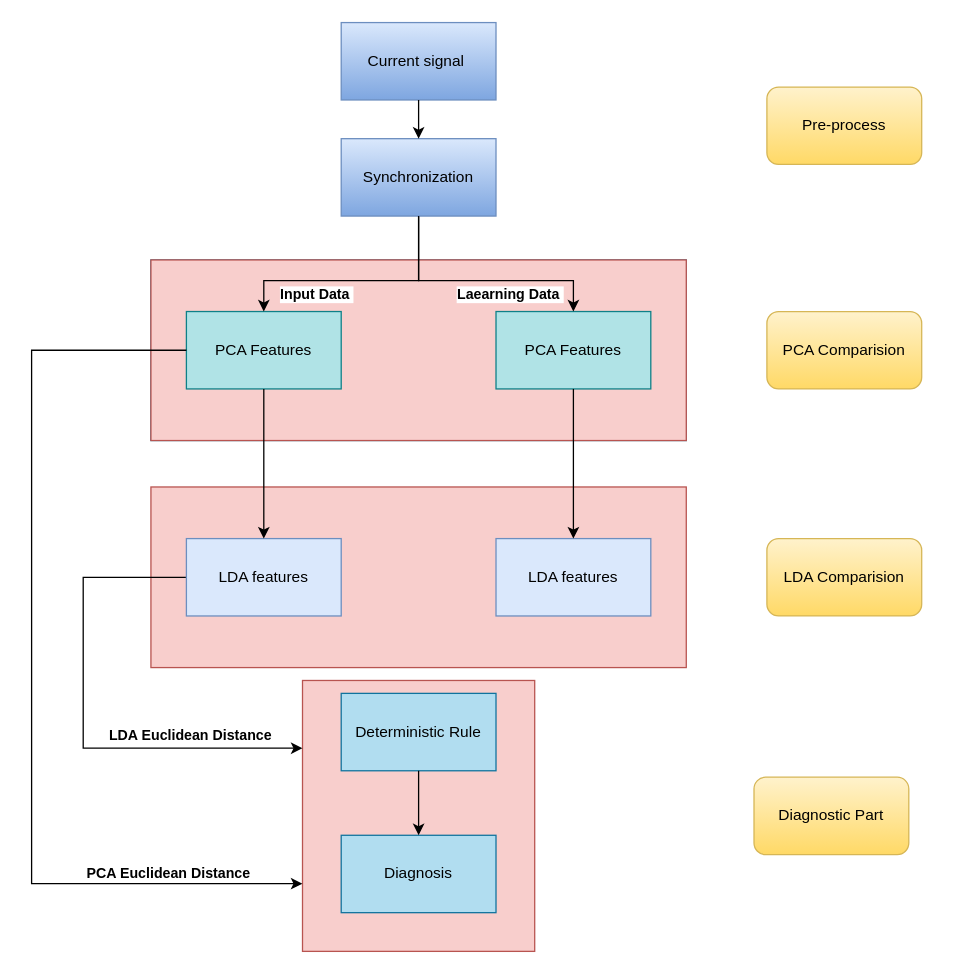
Earlier version of the draw.io diagram pcalda.drawio (bapukokare/assignment). Source tidied: cells renumbered, new cells numbered last; positions are measured from the earlier drawing's top-left corner, leaving out a move shared by most shapes. Both pictures are drawn from the tidied source at 129%, with x=0, y=0 at pixel (31, 22).
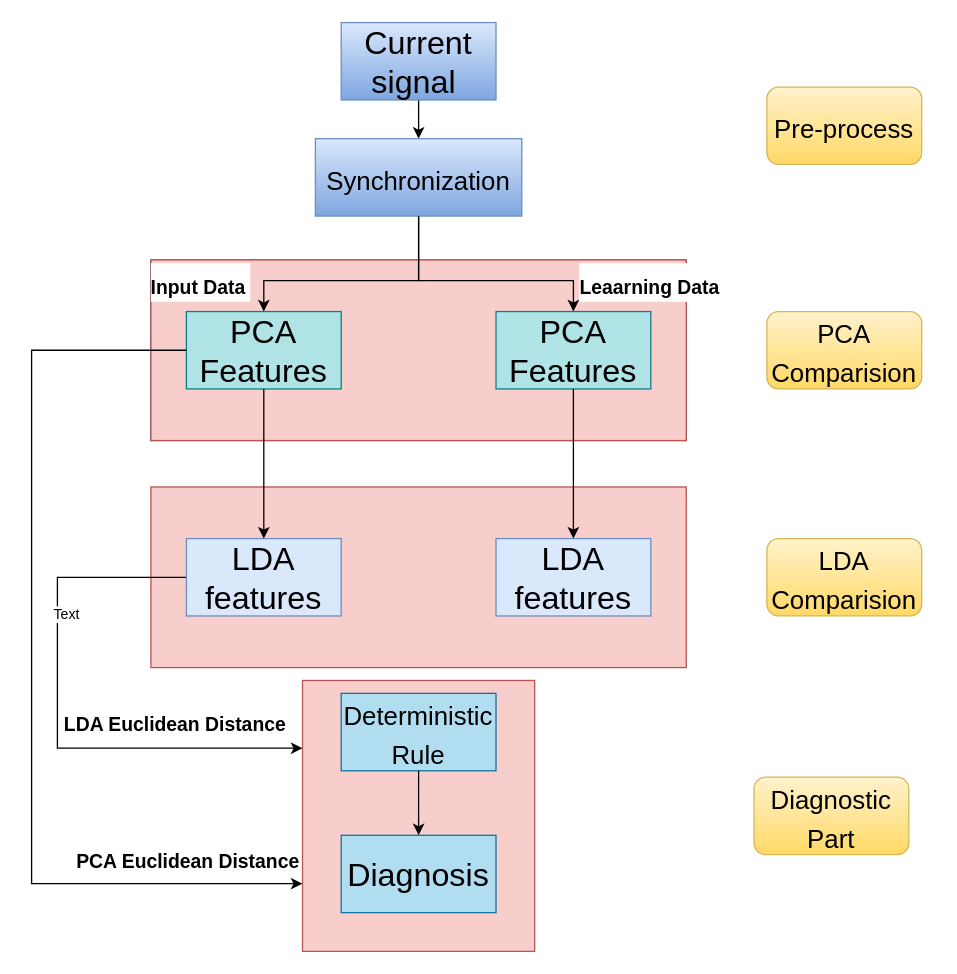
After the change.

The edit, as a diff of the source:
```diff
@@
-    <mxCell id="2" style="group;" parent="1" vertex="1">
+    <mxCell id="2" style="group;fontSize=25;" parent="1" vertex="1">
       <mxGeometry width="700" height="720" as="geometry" />
     </mxCell>
-    <mxCell id="3" style="group;fillColor=#b1ddf0;strokeColor=#10739e;" parent="2" vertex="1">
+    <mxCell id="3" style="group;fillColor=#b1ddf0;strokeColor=#10739e;fontSize=25;" parent="2" vertex="1">
       <mxGeometry x="92.5" y="184" width="415" height="140" as="geometry" />
     </mxCell>
-    <mxCell id="4" style="rounded=0;whiteSpace=wrap;html=1;fillColor=#f8cecc;strokeColor=#b85450;" parent="3" vertex="1">
+    <mxCell id="4" style="rounded=0;whiteSpace=wrap;html=1;fillColor=#f8cecc;strokeColor=#b85450;fontSize=25;" parent="3" vertex="1">
       <mxGeometry width="415" height="140" as="geometry" />
     </mxCell>
-    <mxCell id="5" value="PCA Features" style="rounded=0;whiteSpace=wrap;html=1;fillColor=#b0e3e6;strokeColor=#0e8088;" parent="3" vertex="1">
+    <mxCell id="5" value="PCA Features" style="rounded=0;whiteSpace=wrap;html=1;fillColor=#b0e3e6;strokeColor=#0e8088;fontSize=25;" parent="3" vertex="1">
       <mxGeometry x="27.5" y="40" width="120" height="60" as="geometry" />
     </mxCell>
-    <mxCell id="6" value="PCA Features" style="rounded=0;whiteSpace=wrap;html=1;fillColor=#b0e3e6;strokeColor=#0e8088;" parent="3" vertex="1">
+    <mxCell id="6" value="PCA Features" style="rounded=0;whiteSpace=wrap;html=1;fillColor=#b0e3e6;strokeColor=#0e8088;fontSize=25;" parent="3" vertex="1">
       <mxGeometry x="267.5" y="40" width="120" height="60" as="geometry" />
     </mxCell>
-    <mxCell id="7" style="rounded=0;whiteSpace=wrap;html=1;fillColor=#f8cecc;strokeColor=#b85450;" parent="2" vertex="1">
+    <mxCell id="7" style="rounded=0;whiteSpace=wrap;html=1;fillColor=#f8cecc;strokeColor=#b85450;fontSize=25;" parent="2" vertex="1">
       <mxGeometry x="210" y="510" width="180" height="210" as="geometry" />
     </mxCell>
+    <mxCell id="24" style="edgeStyle=orthogonalEdgeStyle;rounded=0;jettySize=auto;html=1;" parent="2" edge="1" source="8" target="11">
+      <mxGeometry relative="1" as="geometry" />
+    </mxCell>
-    <mxCell id="8" value="Current signal&amp;nbsp;" style="rounded=0;whiteSpace=wrap;html=1;fillColor=#dae8fc;gradientColor=#7ea6e0;strokeColor=#6c8ebf;" parent="2" vertex="1">
+    <mxCell id="8" value="&lt;font style=&quot;font-size: 25px;&quot;&gt;Current signal&amp;nbsp;&lt;/font&gt;" style="rounded=0;whiteSpace=wrap;html=1;fillColor=#dae8fc;gradientColor=#7ea6e0;strokeColor=#6c8ebf;fontSize=25;" parent="2" vertex="1">
       <mxGeometry x="240" width="120" height="60" as="geometry" />
     </mxCell>
-    <mxCell id="9" style="edgeStyle=orthogonalEdgeStyle;rounded=0;jettySize=auto;html=1;entryX=0.5;entryY=0;entryDx=0;entryDy=0;" parent="2" edge="1" source="11" target="5">
+    <mxCell id="9" style="edgeStyle=orthogonalEdgeStyle;rounded=0;jettySize=auto;html=1;entryX=0.5;entryY=0;entryDx=0;entryDy=0;fontSize=25;" parent="2" edge="1" source="11" target="5">
       <mxGeometry relative="1" as="geometry">
         <Array as="points">
           <mxPoint x="300" y="200" />
           <mxPoint x="180" y="200" />
         </Array>
       </mxGeometry>
     </mxCell>
-    <mxCell id="10" value="Input Data&amp;nbsp;" style="edgeLabel;html=1;align=center;verticalAlign=middle;fontStyle=1;" parent="9" vertex="1">
+    <mxCell id="10" value="&lt;font style=&quot;font-size: 15px;&quot;&gt;Input Data&amp;nbsp;&lt;/font&gt;" style="edgeLabel;html=1;align=center;verticalAlign=middle;fontStyle=1;fontSize=25;" parent="9" vertex="1">
       <mxGeometry x="0.18" y="1" relative="1" as="geometry">
-        <mxPoint x="-16" y="9" as="offset" />
+        <mxPoint x="-106" y="-1" as="offset" />
       </mxGeometry>
     </mxCell>
-    <mxCell id="11" value="Synchronization" style="rounded=0;whiteSpace=wrap;html=1;fillColor=#dae8fc;gradientColor=#7ea6e0;strokeColor=#6c8ebf;" parent="2" vertex="1">
-      <mxGeometry x="240" y="90" width="120" height="60" as="geometry" />
+    <mxCell id="11" value="&lt;font style=&quot;font-size: 20px;&quot;&gt;Synchronization&lt;/font&gt;" style="rounded=0;whiteSpace=wrap;html=1;fillColor=#dae8fc;gradientColor=#7ea6e0;strokeColor=#6c8ebf;fontSize=25;" parent="2" vertex="1">
+      <mxGeometry x="220" y="90" width="160" height="60" as="geometry" />
     </mxCell>
-    <mxCell id="12" value="Pre-process" style="rounded=1;whiteSpace=wrap;html=1;fillColor=#fff2cc;gradientColor=#ffd966;strokeColor=#d6b656;" parent="2" vertex="1">
+    <mxCell id="12" value="&lt;font style=&quot;font-size: 20px;&quot;&gt;Pre-process&lt;/font&gt;" style="rounded=1;whiteSpace=wrap;html=1;fillColor=#fff2cc;gradientColor=#ffd966;strokeColor=#d6b656;fontSize=25;" parent="2" vertex="1">
       <mxGeometry x="570" y="50" width="120" height="60" as="geometry" />
     </mxCell>
-    <mxCell id="13" style="rounded=0;whiteSpace=wrap;html=1;fillColor=#f8cecc;strokeColor=#b85450;" parent="2" vertex="1">
+    <mxCell id="13" style="rounded=0;whiteSpace=wrap;html=1;fillColor=#f8cecc;strokeColor=#b85450;fontSize=25;" parent="2" vertex="1">
       <mxGeometry x="92.5" y="360" width="415" height="140" as="geometry" />
     </mxCell>
-    <mxCell id="14" style="edgeStyle=orthogonalEdgeStyle;rounded=0;jettySize=auto;html=1;entryX=0;entryY=0.25;entryDx=0;entryDy=0;" parent="2" edge="1" source="16" target="7">
+    <mxCell id="14" style="edgeStyle=orthogonalEdgeStyle;rounded=0;jettySize=auto;html=1;entryX=0;entryY=0.25;entryDx=0;entryDy=0;fontSize=25;" parent="2" edge="1" source="16" target="7">
       <mxGeometry relative="1" as="geometry">
         <Array as="points">
-          <mxPoint x="40" y="430" />
-          <mxPoint x="40" y="563" />
+          <mxPoint x="20" y="430" />
+          <mxPoint x="20" y="563" />
         </Array>
       </mxGeometry>
     </mxCell>
-    <mxCell id="15" value="&lt;b&gt;LDA Euclidean Distance&lt;/b&gt;" style="edgeLabel;html=1;align=center;verticalAlign=middle;" parent="14" vertex="1">
+    <mxCell id="15" value="&lt;b style=&quot;&quot;&gt;&lt;font style=&quot;font-size: 15px;&quot;&gt;LDA Euclidean Distance&lt;/font&gt;&lt;/b&gt;" style="edgeLabel;html=1;align=center;verticalAlign=middle;fontSize=25;" parent="14" vertex="1">
       <mxGeometry x="0.54" y="-2" relative="1" as="geometry">
-        <mxPoint y="-12" as="offset" />
+        <mxPoint x="-2" y="-25" as="offset" />
       </mxGeometry>
     </mxCell>
+    <mxCell id="31" value="Text" style="edgeLabel;html=1;align=center;verticalAlign=middle;" parent="14" vertex="1">
+      <mxGeometry x="-0.39" y="6" relative="1" as="geometry">
+        <mxPoint y="-1" as="offset" />
+      </mxGeometry>
+    </mxCell>
-    <mxCell id="16" value="LDA features" style="rounded=0;whiteSpace=wrap;html=1;fillColor=#dae8fc;strokeColor=#6c8ebf;" parent="2" vertex="1">
+    <mxCell id="16" value="LDA features" style="rounded=0;whiteSpace=wrap;html=1;fillColor=#dae8fc;strokeColor=#6c8ebf;fontSize=25;" parent="2" vertex="1">
       <mxGeometry x="120" y="400" width="120" height="60" as="geometry" />
     </mxCell>
-    <mxCell id="17" value="LDA features" style="rounded=0;whiteSpace=wrap;html=1;fillColor=#dae8fc;strokeColor=#6c8ebf;" parent="2" vertex="1">
+    <mxCell id="17" value="LDA features" style="rounded=0;whiteSpace=wrap;html=1;fillColor=#dae8fc;strokeColor=#6c8ebf;fontSize=25;" parent="2" vertex="1">
       <mxGeometry x="360" y="400" width="120" height="60" as="geometry" />
     </mxCell>
-    <mxCell id="18" value="Deterministic Rule" style="rounded=0;whiteSpace=wrap;html=1;fillColor=#b1ddf0;strokeColor=#10739e;" parent="2" vertex="1">
+    <mxCell id="18" value="&lt;font style=&quot;font-size: 20px;&quot;&gt;Deterministic Rule&lt;/font&gt;" style="rounded=0;whiteSpace=wrap;html=1;fillColor=#b1ddf0;strokeColor=#10739e;fontSize=25;" parent="2" vertex="1">
       <mxGeometry x="240" y="520" width="120" height="60" as="geometry" />
     </mxCell>
-    <mxCell id="19" value="Diagnosis" style="rounded=0;whiteSpace=wrap;html=1;fillColor=#b1ddf0;strokeColor=#10739e;" parent="2" vertex="1">
+    <mxCell id="19" value="Diagnosis" style="rounded=0;whiteSpace=wrap;html=1;fillColor=#b1ddf0;strokeColor=#10739e;fontSize=25;" parent="2" vertex="1">
       <mxGeometry x="240" y="630" width="120" height="60" as="geometry" />
     </mxCell>
-    <mxCell id="20" value="PCA Comparision" style="rounded=1;whiteSpace=wrap;html=1;fillColor=#fff2cc;gradientColor=#ffd966;strokeColor=#d6b656;" parent="2" vertex="1">
+    <mxCell id="20" value="&lt;font style=&quot;font-size: 20px;&quot;&gt;PCA Comparision&lt;/font&gt;" style="rounded=1;whiteSpace=wrap;html=1;fillColor=#fff2cc;gradientColor=#ffd966;strokeColor=#d6b656;fontSize=25;" parent="2" vertex="1">
       <mxGeometry x="570" y="224" width="120" height="60" as="geometry" />
     </mxCell>
-    <mxCell id="21" value="LDA Comparision" style="rounded=1;whiteSpace=wrap;html=1;fillColor=#fff2cc;gradientColor=#ffd966;strokeColor=#d6b656;" parent="2" vertex="1">
+    <mxCell id="21" value="&lt;font style=&quot;font-size: 20px;&quot;&gt;LDA Comparision&lt;/font&gt;" style="rounded=1;whiteSpace=wrap;html=1;fillColor=#fff2cc;gradientColor=#ffd966;strokeColor=#d6b656;fontSize=25;" parent="2" vertex="1">
       <mxGeometry x="570" y="400" width="120" height="60" as="geometry" />
     </mxCell>
-    <mxCell id="22" style="edgeStyle=orthogonalEdgeStyle;rounded=0;jettySize=auto;html=1;" parent="2" edge="1" source="5" target="16">
+    <mxCell id="22" style="edgeStyle=orthogonalEdgeStyle;rounded=0;jettySize=auto;html=1;fontSize=25;" parent="2" edge="1" source="5" target="16">
       <mxGeometry relative="1" as="geometry" />
     </mxCell>
-    <mxCell id="23" style="edgeStyle=orthogonalEdgeStyle;rounded=0;jettySize=auto;html=1;" parent="2" edge="1" source="6" target="17">
+    <mxCell id="23" style="edgeStyle=orthogonalEdgeStyle;rounded=0;jettySize=auto;html=1;fontSize=25;" parent="2" edge="1" source="6" target="17">
       <mxGeometry relative="1" as="geometry" />
     </mxCell>
-    <mxCell id="24" style="edgeStyle=orthogonalEdgeStyle;rounded=0;jettySize=auto;html=1;" parent="2" edge="1" source="8" target="11">
-      <mxGeometry relative="1" as="geometry" />
-    </mxCell>
-    <mxCell id="25" style="edgeStyle=orthogonalEdgeStyle;rounded=0;jettySize=auto;html=1;entryX=0;entryY=0.75;entryDx=0;entryDy=0;" parent="2" edge="1" source="5" target="7">
+    <mxCell id="25" style="edgeStyle=orthogonalEdgeStyle;rounded=0;jettySize=auto;html=1;entryX=0;entryY=0.75;entryDx=0;entryDy=0;fontSize=25;" parent="2" edge="1" source="5" target="7">
       <mxGeometry relative="1" as="geometry">
         <Array as="points">
           <mxPoint y="254" />
           <mxPoint y="668" />
         </Array>
       </mxGeometry>
     </mxCell>
-    <mxCell id="26" value="&lt;b&gt;PCA Euclidean Distance&lt;/b&gt;" style="edgeLabel;html=1;align=center;verticalAlign=middle;" parent="25" vertex="1">
+    <mxCell id="26" value="&lt;b style=&quot;&quot;&gt;&lt;font style=&quot;font-size: 15px;&quot;&gt;PCA Euclidean Distance&lt;/font&gt;&lt;/b&gt;" style="edgeLabel;html=1;align=center;verticalAlign=middle;fontSize=25;" parent="25" vertex="1">
       <mxGeometry x="0.72" y="-1" relative="1" as="geometry">
-        <mxPoint y="-9" as="offset" />
+        <mxPoint x="15" y="-23" as="offset" />
       </mxGeometry>
     </mxCell>
-    <mxCell id="27" value="Diagnostic Part" style="rounded=1;whiteSpace=wrap;html=1;fillColor=#fff2cc;gradientColor=#ffd966;strokeColor=#d6b656;" parent="2" vertex="1">
+    <mxCell id="27" value="&lt;font style=&quot;font-size: 20px;&quot;&gt;Diagnostic Part&lt;/font&gt;" style="rounded=1;whiteSpace=wrap;html=1;fillColor=#fff2cc;gradientColor=#ffd966;strokeColor=#d6b656;fontSize=25;" parent="2" vertex="1">
       <mxGeometry x="560" y="585" width="120" height="60" as="geometry" />
     </mxCell>
-    <mxCell id="28" style="edgeStyle=orthogonalEdgeStyle;rounded=0;jettySize=auto;html=1;" parent="2" edge="1" source="18" target="19">
+    <mxCell id="28" style="edgeStyle=orthogonalEdgeStyle;rounded=0;jettySize=auto;html=1;fontSize=25;" parent="2" edge="1" source="18" target="19">
       <mxGeometry relative="1" as="geometry" />
     </mxCell>
-    <mxCell id="29" style="edgeStyle=orthogonalEdgeStyle;rounded=0;jettySize=auto;html=1;entryX=0.5;entryY=0;entryDx=0;entryDy=0;" parent="2" edge="1" source="11" target="6">
+    <mxCell id="29" style="edgeStyle=orthogonalEdgeStyle;rounded=0;jettySize=auto;html=1;entryX=0.5;entryY=0;entryDx=0;entryDy=0;fontSize=25;" parent="2" edge="1" source="11" target="6">
       <mxGeometry relative="1" as="geometry">
         <Array as="points">
           <mxPoint x="300" y="200" />
           <mxPoint x="420" y="200" />
         </Array>
       </mxGeometry>
     </mxCell>
-    <mxCell id="30" value="Laearning Data&amp;nbsp;" style="edgeLabel;html=1;align=center;verticalAlign=middle;fontStyle=1;" parent="29" vertex="1">
+    <mxCell id="30" value="&lt;font style=&quot;font-size: 15px;&quot;&gt;Leaarning Data&amp;nbsp;&lt;/font&gt;" style="edgeLabel;html=1;align=center;verticalAlign=middle;fontStyle=1;fontSize=25;" parent="29" vertex="1">
       <mxGeometry x="-0.09" y="-16" relative="1" as="geometry">
-        <mxPoint x="32" y="-6" as="offset" />
+        <mxPoint x="142" y="-16" as="offset" />
       </mxGeometry>
     </mxCell>
```
